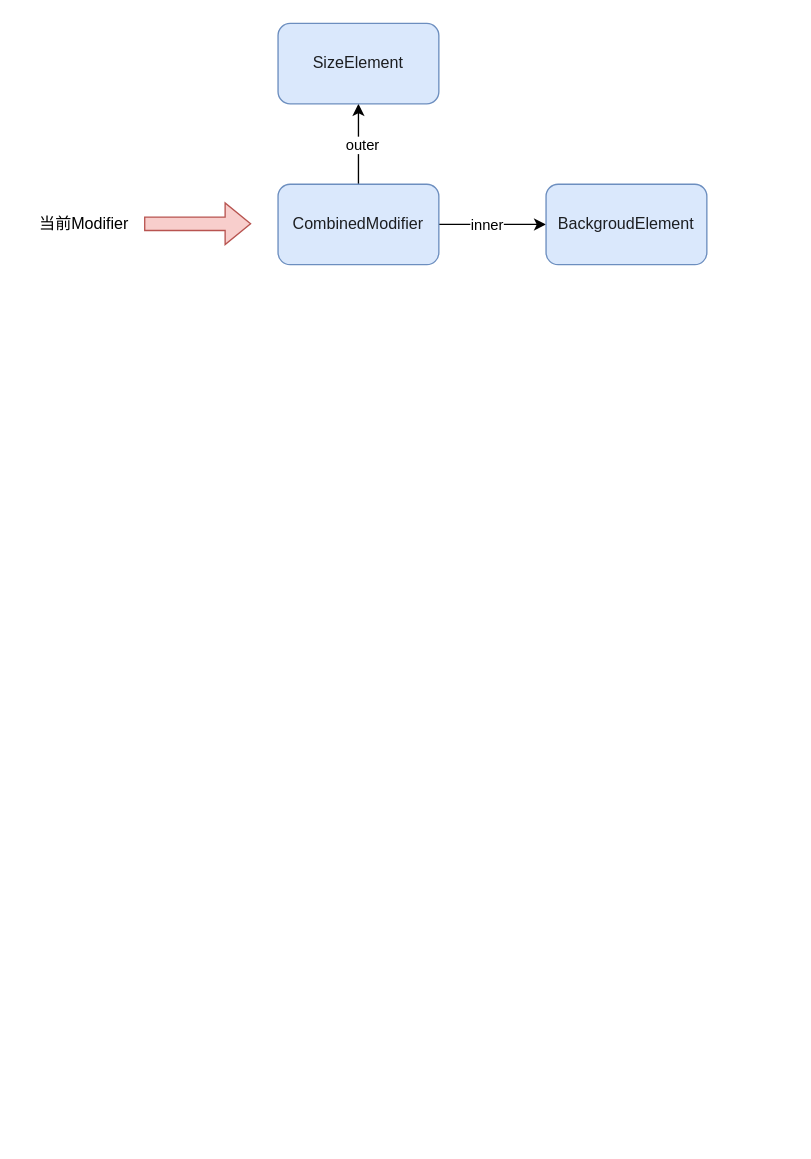
haiyang-zhao/ComposeLearning-1 keeps this draw.io diagram as docs/Modifier.drawio. Above is the earlier version. Source tidied: cells renumbered, new cells numbered last; positions are measured from the earlier drawing's top-left corner, leaving out a move shared by most shapes. Both pictures are drawn from the tidied source at 134%, with x=0, y=0 at pixel (23, 23).
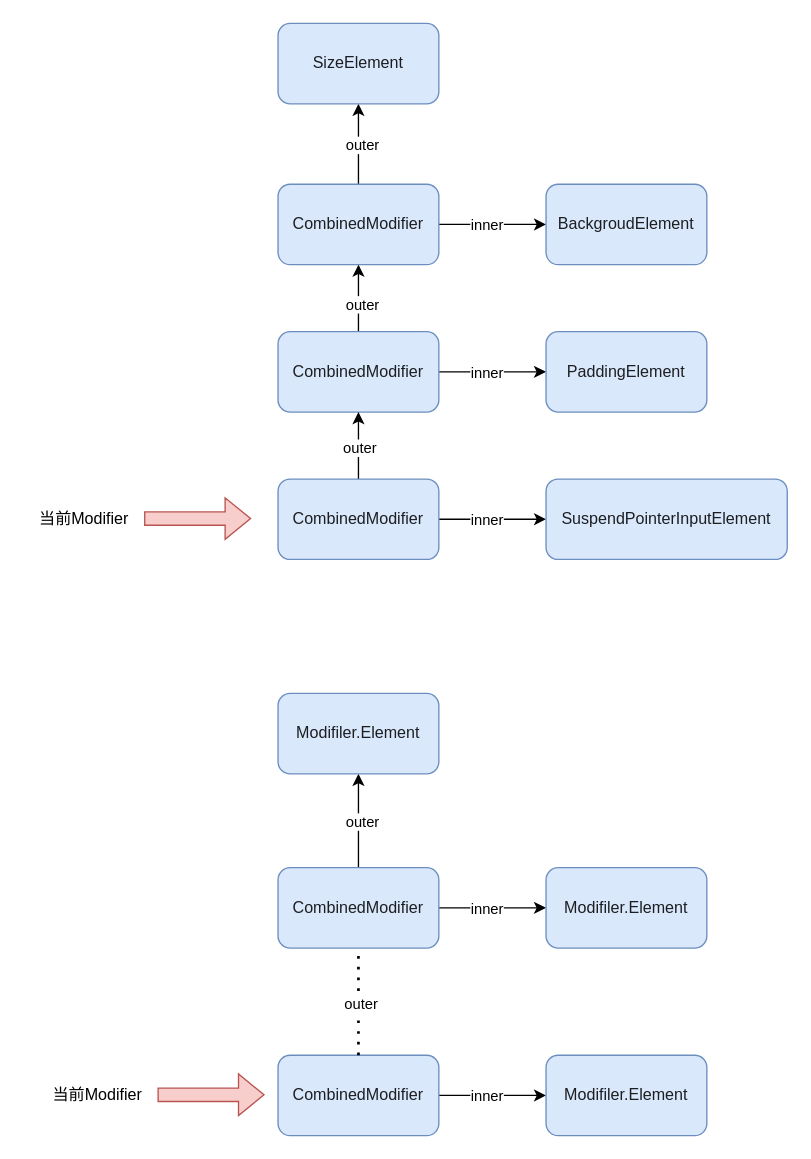
After the change.

Unchanged cells that the change refers to:
```xml
<mxCell id="6" value="&lt;div class=&quot;lake-content&quot;&gt;&lt;font color=&quot;#1c1e21&quot;&gt;CombinedModifier&lt;/font&gt;&lt;/div&gt;" style="rounded=1;whiteSpace=wrap;html=1;fillColor=#dae8fc;strokeColor=#6c8ebf;" parent="1" vertex="1">
  <mxGeometry x="190" y="120" width="120" height="60" as="geometry" />
</mxCell>
```

What changed in the source:
```diff
@@
-    <mxCell id="7" style="shape=flexArrow;endArrow=classic;html=1;rounded=0;fillColor=#f8cecc;strokeColor=#b85450;" parent="1" edge="1">
-      <mxGeometry relative="1" as="geometry">
-        <mxPoint x="90" y="149.5" as="sourcePoint" />
-        <mxPoint x="170" y="149.5" as="targetPoint" />
-      </mxGeometry>
-    </mxCell>
-    <mxCell id="8" value="当前Modifier" style="text;html=1;align=center;verticalAlign=middle;strokeColor=none;fillColor=none;" parent="1" vertex="1">
-      <mxGeometry y="135" width="90" height="30" as="geometry" />
-    </mxCell>
@@
+    <mxCell id="11" style="edgeStyle=orthogonalEdgeStyle;rounded=0;jettySize=auto;html=1;" parent="1" edge="1" source="15" target="16">
+      <mxGeometry relative="1" as="geometry" />
+    </mxCell>
+    <mxCell id="12" value="inner" style="edgeLabel;html=1;align=center;verticalAlign=middle;" parent="11" vertex="1">
+      <mxGeometry x="-0.12" relative="1" as="geometry" />
+    </mxCell>
+    <mxCell id="13" style="edgeStyle=orthogonalEdgeStyle;rounded=0;jettySize=auto;html=1;" parent="1" edge="1" source="15" target="6">
+      <mxGeometry relative="1" as="geometry" />
+    </mxCell>
+    <mxCell id="14" value="outer" style="edgeLabel;html=1;align=center;verticalAlign=middle;" parent="13" vertex="1">
+      <mxGeometry x="-0.16" y="-2" relative="1" as="geometry" />
+    </mxCell>
+    <mxCell id="15" value="&lt;div class=&quot;lake-content&quot;&gt;&lt;font color=&quot;#1c1e21&quot;&gt;CombinedModifier&lt;/font&gt;&lt;/div&gt;" style="rounded=1;whiteSpace=wrap;html=1;fillColor=#dae8fc;strokeColor=#6c8ebf;" parent="1" vertex="1">
+      <mxGeometry x="190" y="230" width="120" height="60" as="geometry" />
+    </mxCell>
+    <mxCell id="16" value="&lt;div class=&quot;lake-content&quot;&gt;&lt;span style=&quot;color: rgb(28, 30, 33)&quot; class=&quot;ne-text&quot;&gt;PaddingElement&lt;/span&gt;&lt;/div&gt;" style="rounded=1;whiteSpace=wrap;html=1;fillColor=#dae8fc;strokeColor=#6c8ebf;" parent="1" vertex="1">
+      <mxGeometry x="390" y="230" width="120" height="60" as="geometry" />
+    </mxCell>
+    <mxCell id="17" style="edgeStyle=orthogonalEdgeStyle;rounded=0;jettySize=auto;html=1;" parent="1" edge="1" source="21" target="24">
+      <mxGeometry relative="1" as="geometry" />
+    </mxCell>
+    <mxCell id="18" value="inner" style="edgeLabel;html=1;align=center;verticalAlign=middle;" parent="17" vertex="1">
+      <mxGeometry x="-0.12" relative="1" as="geometry" />
+    </mxCell>
+    <mxCell id="19" style="edgeStyle=orthogonalEdgeStyle;rounded=0;jettySize=auto;html=1;" parent="1" edge="1" source="21" target="15">
+      <mxGeometry relative="1" as="geometry" />
+    </mxCell>
+    <mxCell id="20" value="outer" style="edgeLabel;html=1;align=center;verticalAlign=middle;" parent="19" vertex="1">
+      <mxGeometry x="-0.04" relative="1" as="geometry" />
+    </mxCell>
+    <mxCell id="21" value="&lt;div class=&quot;lake-content&quot;&gt;&lt;font color=&quot;#1c1e21&quot;&gt;CombinedModifier&lt;/font&gt;&lt;/div&gt;" style="rounded=1;whiteSpace=wrap;html=1;fillColor=#dae8fc;strokeColor=#6c8ebf;" parent="1" vertex="1">
+      <mxGeometry x="190" y="340" width="120" height="60" as="geometry" />
+    </mxCell>
+    <mxCell id="22" style="shape=flexArrow;endArrow=classic;html=1;rounded=0;fillColor=#f8cecc;strokeColor=#b85450;" parent="1" edge="1">
+      <mxGeometry relative="1" as="geometry">
+        <mxPoint x="90" y="369.5" as="sourcePoint" />
+        <mxPoint x="170" y="369.5" as="targetPoint" />
+      </mxGeometry>
+    </mxCell>
+    <mxCell id="23" value="当前Modifier" style="text;html=1;align=center;verticalAlign=middle;strokeColor=none;fillColor=none;" parent="1" vertex="1">
+      <mxGeometry y="355" width="90" height="30" as="geometry" />
+    </mxCell>
+    <mxCell id="24" value="&lt;div class=&quot;lake-content&quot;&gt;&lt;span style=&quot;color: rgb(28, 30, 33)&quot; class=&quot;ne-text&quot;&gt;SuspendPointerInputElement&lt;/span&gt;&lt;/div&gt;" style="rounded=1;whiteSpace=wrap;html=1;fillColor=#dae8fc;strokeColor=#6c8ebf;" parent="1" vertex="1">
+      <mxGeometry x="390" y="340" width="180" height="60" as="geometry" />
+    </mxCell>
+    <mxCell id="25" style="edgeStyle=orthogonalEdgeStyle;rounded=0;jettySize=auto;html=1;" parent="1" edge="1" source="29" target="30">
+      <mxGeometry relative="1" as="geometry" />
+    </mxCell>
+    <mxCell id="26" value="inner" style="edgeLabel;html=1;align=center;verticalAlign=middle;" parent="25" vertex="1">
+      <mxGeometry x="-0.12" relative="1" as="geometry" />
+    </mxCell>
+    <mxCell id="27" style="edgeStyle=orthogonalEdgeStyle;rounded=0;jettySize=auto;html=1;" parent="1" edge="1" source="29" target="31">
+      <mxGeometry relative="1" as="geometry" />
+    </mxCell>
+    <mxCell id="28" value="outer" style="edgeLabel;html=1;align=center;verticalAlign=middle;" parent="27" vertex="1">
+      <mxGeometry y="-2" relative="1" as="geometry" />
+    </mxCell>
+    <mxCell id="29" value="&lt;div class=&quot;lake-content&quot;&gt;&lt;font color=&quot;#1c1e21&quot;&gt;CombinedModifier&lt;/font&gt;&lt;/div&gt;" style="rounded=1;whiteSpace=wrap;html=1;fillColor=#dae8fc;strokeColor=#6c8ebf;" parent="1" vertex="1">
+      <mxGeometry x="190" y="630" width="120" height="60" as="geometry" />
+    </mxCell>
+    <mxCell id="30" value="&lt;div class=&quot;lake-content&quot;&gt;&lt;span style=&quot;color: rgb(28, 30, 33);&quot;&gt;Modifiler.Element&lt;/span&gt;&lt;br&gt;&lt;/div&gt;" style="rounded=1;whiteSpace=wrap;html=1;fillColor=#dae8fc;strokeColor=#6c8ebf;" parent="1" vertex="1">
+      <mxGeometry x="390" y="630" width="120" height="60" as="geometry" />
+    </mxCell>
+    <mxCell id="31" value="&lt;div class=&quot;lake-content&quot;&gt;&lt;span style=&quot;color: rgb(28, 30, 33);&quot;&gt;Modifiler.Element&lt;/span&gt;&lt;br&gt;&lt;/div&gt;" style="rounded=1;whiteSpace=wrap;html=1;fillColor=#dae8fc;strokeColor=#6c8ebf;" parent="1" vertex="1">
+      <mxGeometry x="190" y="500" width="120" height="60" as="geometry" />
+    </mxCell>
+    <mxCell id="32" style="edgeStyle=orthogonalEdgeStyle;rounded=0;jettySize=auto;html=1;" parent="1" edge="1" source="34" target="35">
+      <mxGeometry relative="1" as="geometry" />
+    </mxCell>
+    <mxCell id="33" value="inner" style="edgeLabel;html=1;align=center;verticalAlign=middle;" parent="32" vertex="1">
+      <mxGeometry x="-0.12" relative="1" as="geometry" />
+    </mxCell>
+    <mxCell id="34" value="&lt;div class=&quot;lake-content&quot;&gt;&lt;font color=&quot;#1c1e21&quot;&gt;CombinedModifier&lt;/font&gt;&lt;/div&gt;" style="rounded=1;whiteSpace=wrap;html=1;fillColor=#dae8fc;strokeColor=#6c8ebf;" parent="1" vertex="1">
+      <mxGeometry x="190" y="770" width="120" height="60" as="geometry" />
+    </mxCell>
+    <mxCell id="35" value="&lt;div class=&quot;lake-content&quot;&gt;&lt;span style=&quot;color: rgb(28, 30, 33)&quot; class=&quot;ne-text&quot;&gt;Modifiler.Element&lt;/span&gt;&lt;/div&gt;" style="rounded=1;whiteSpace=wrap;html=1;fillColor=#dae8fc;strokeColor=#6c8ebf;" parent="1" vertex="1">
+      <mxGeometry x="390" y="770" width="120" height="60" as="geometry" />
+    </mxCell>
+    <mxCell id="36" style="shape=flexArrow;endArrow=classic;html=1;rounded=0;fillColor=#f8cecc;strokeColor=#b85450;" parent="1" edge="1">
+      <mxGeometry relative="1" as="geometry">
+        <mxPoint x="100" y="799.5" as="sourcePoint" />
+        <mxPoint x="180" y="799.5" as="targetPoint" />
+      </mxGeometry>
+    </mxCell>
+    <mxCell id="37" value="当前Modifier" style="text;html=1;align=center;verticalAlign=middle;strokeColor=none;fillColor=none;" parent="1" vertex="1">
+      <mxGeometry x="10" y="785" width="90" height="30" as="geometry" />
+    </mxCell>
+    <mxCell id="38" style="endArrow=none;dashed=1;html=1;dashPattern=1 3;strokeWidth=2;rounded=0;entryX=0.5;entryY=1;entryDx=0;entryDy=0;entryPerimeter=0;" parent="1" edge="1" target="29">
+      <mxGeometry relative="1" as="geometry">
+        <mxPoint x="250" y="770" as="sourcePoint" />
+      </mxGeometry>
+    </mxCell>
+    <mxCell id="39" value="outer" style="edgeLabel;html=1;align=center;verticalAlign=middle;" parent="38" vertex="1">
+      <mxGeometry x="0.01" y="-1" relative="1" as="geometry">
+        <mxPoint y="1" as="offset" />
+      </mxGeometry>
+    </mxCell>
```
